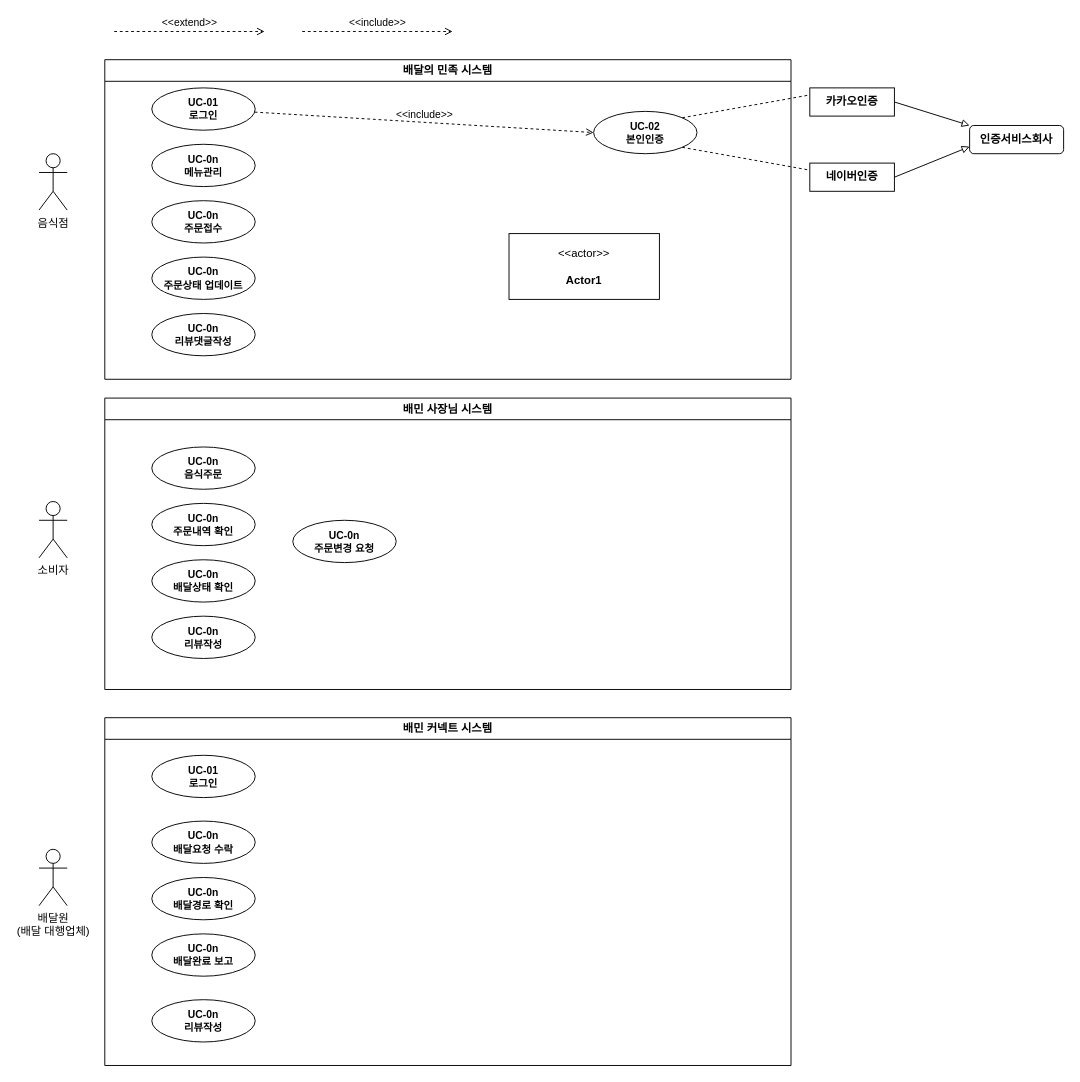
Before: 소웨공 기말.drawio in hyun10144/Lecture3-1, a draw.io diagram. Source tidied: cells renumbered, new cells numbered last; positions are measured from the earlier drawing's top-left corner, leaving out a move shared by most shapes. Both pictures are drawn from the tidied source at 94%, with x=0, y=0 at pixel (39, 31).
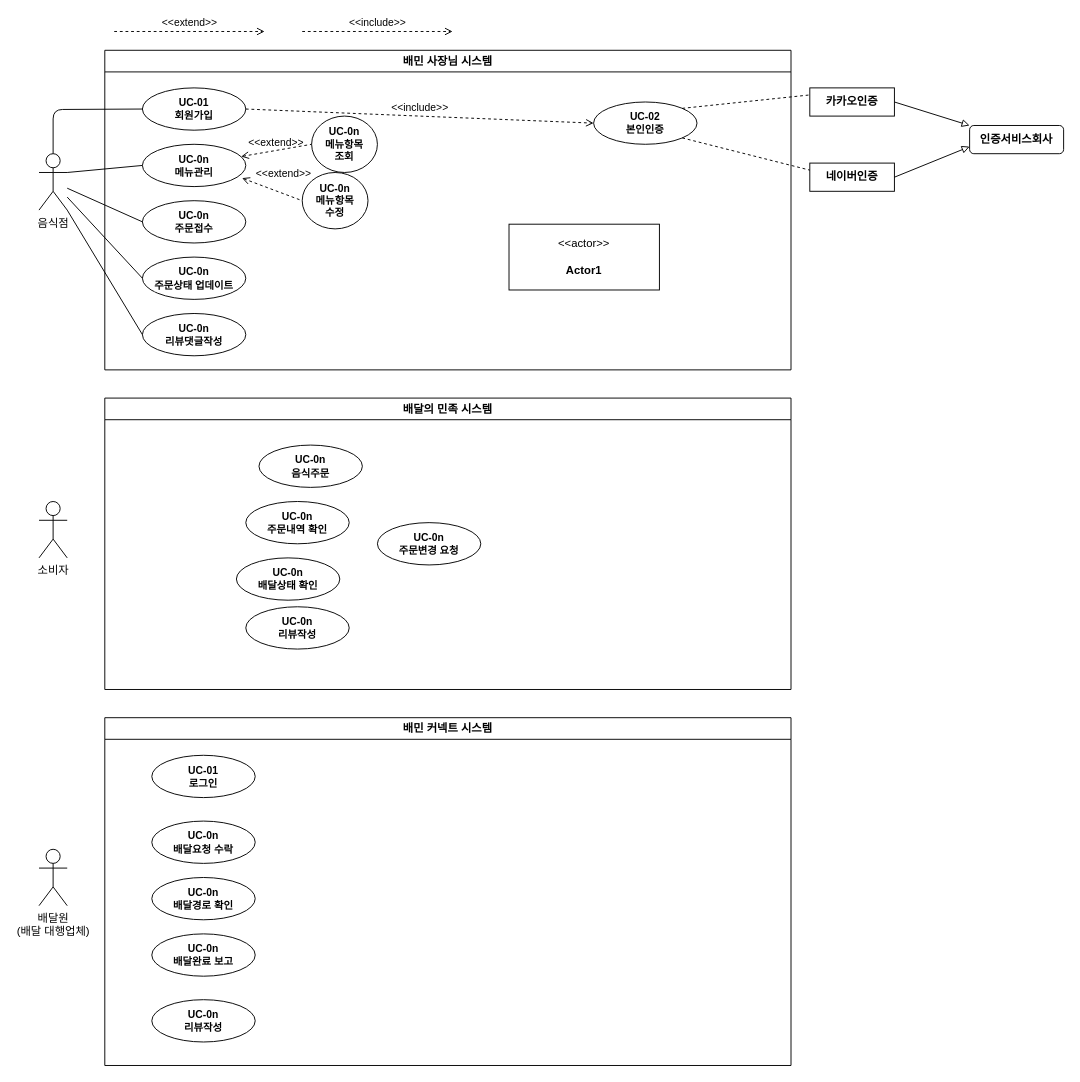
Above is the later version.

Commit message (it also covers changes not shown here):
소웨공 기말.drawio 업데이트

Unchanged cells that the change refers to:
```xml
<mxCell id="7" value="&lt;div&gt;&lt;b&gt;UC-02&lt;/b&gt;&lt;/div&gt;&lt;b&gt;본인인증&lt;/b&gt;" style="ellipse;whiteSpace=wrap;html=1;fontFamily=Helvetica;fontSize=11;fontColor=default;labelBackgroundColor=default;" parent="2" vertex="1">
  <mxGeometry x="520" y="55" width="110" height="45" as="geometry" />
</mxCell>
<mxCell id="18" value="음식점" style="shape=umlActor;verticalLabelPosition=bottom;verticalAlign=top;html=1;outlineConnect=0;" parent="1" vertex="1">
  <mxGeometry y="130" width="30" height="60" as="geometry" />
</mxCell>
```

What changed in the source:
```diff
@@
-    <mxCell id="2" value="배달의 민족 시스템" style="swimlane;whiteSpace=wrap;html=1;" parent="1" vertex="1">
-      <mxGeometry x="70" y="30" width="730" height="340" as="geometry" />
+    <mxCell id="2" value="배민 사장님 시스템" style="swimlane;whiteSpace=wrap;html=1;" parent="1" vertex="1">
+      <mxGeometry x="70" y="20" width="730" height="340" as="geometry" />
     </mxCell>
-    <mxCell id="3" value="&lt;div&gt;UC-01&lt;/div&gt;로그인" style="ellipse;whiteSpace=wrap;html=1;fontFamily=Helvetica;fontSize=11;fontColor=default;labelBackgroundColor=default;fontStyle=1;" parent="2" vertex="1">
-      <mxGeometry x="50" y="30" width="110" height="45" as="geometry" />
+    <mxCell id="3" value="&lt;div&gt;UC-01&lt;/div&gt;회원가입" style="ellipse;whiteSpace=wrap;html=1;fontFamily=Helvetica;fontSize=11;fontColor=default;labelBackgroundColor=default;fontStyle=1;" parent="2" vertex="1">
+      <mxGeometry x="40" y="40" width="110" height="45" as="geometry" />
     </mxCell>
     <mxCell id="4" value="&lt;div&gt;&lt;b&gt;UC-0n&lt;/b&gt;&lt;/div&gt;&lt;b&gt;메뉴관리&lt;/b&gt;" style="ellipse;whiteSpace=wrap;html=1;fontFamily=Helvetica;fontSize=11;fontColor=default;labelBackgroundColor=default;" parent="2" vertex="1">
-      <mxGeometry x="50" y="90" width="110" height="45" as="geometry" />
+      <mxGeometry x="40" y="100" width="110" height="45" as="geometry" />
     </mxCell>
     <mxCell id="5" value="&lt;div&gt;&lt;b&gt;UC-0n&lt;/b&gt;&lt;/div&gt;&lt;b&gt;주문접수&lt;/b&gt;" style="ellipse;whiteSpace=wrap;html=1;fontFamily=Helvetica;fontSize=11;fontColor=default;labelBackgroundColor=default;" parent="2" vertex="1">
-      <mxGeometry x="50" y="150" width="110" height="45" as="geometry" />
+      <mxGeometry x="40" y="160" width="110" height="45" as="geometry" />
     </mxCell>
     <mxCell id="6" value="&lt;div&gt;&lt;b&gt;UC-0n&lt;/b&gt;&lt;/div&gt;&lt;b&gt;주문상태 업데이트&lt;/b&gt;" style="ellipse;whiteSpace=wrap;html=1;fontFamily=Helvetica;fontSize=11;fontColor=default;labelBackgroundColor=default;" parent="2" vertex="1">
-      <mxGeometry x="50" y="210" width="110" height="45" as="geometry" />
+      <mxGeometry x="40" y="220" width="110" height="45" as="geometry" />
     </mxCell>
@@
     <mxCell id="8" value="&lt;div&gt;&lt;b&gt;UC-0n&lt;/b&gt;&lt;/div&gt;&lt;b&gt;리뷰댓글작성&lt;/b&gt;" style="ellipse;whiteSpace=wrap;html=1;fontFamily=Helvetica;fontSize=11;fontColor=default;labelBackgroundColor=default;" parent="2" vertex="1">
-      <mxGeometry x="50" y="270" width="110" height="45" as="geometry" />
+      <mxGeometry x="40" y="280" width="110" height="45" as="geometry" />
     </mxCell>
-    <mxCell id="9" value="&lt;div&gt;&lt;b&gt;UC-0n&lt;/b&gt;&lt;/div&gt;&lt;b&gt;음식주문&lt;/b&gt;" style="ellipse;whiteSpace=wrap;html=1;fontFamily=Helvetica;fontSize=11;fontColor=default;labelBackgroundColor=default;" parent="2" vertex="1">
-      <mxGeometry x="50" y="412" width="110" height="45" as="geometry" />
-    </mxCell>
-    <mxCell id="10" value="&lt;div&gt;&lt;b&gt;UC-0n&lt;/b&gt;&lt;/div&gt;&lt;b&gt;주문내역 확인&lt;/b&gt;" style="ellipse;whiteSpace=wrap;html=1;fontFamily=Helvetica;fontSize=11;fontColor=default;labelBackgroundColor=default;" parent="2" vertex="1">
-      <mxGeometry x="50" y="472" width="110" height="45" as="geometry" />
-    </mxCell>
-    <mxCell id="11" value="&lt;div&gt;&lt;b&gt;UC-0n&lt;/b&gt;&lt;/div&gt;&lt;b&gt;배달상태 확인&lt;/b&gt;" style="ellipse;whiteSpace=wrap;html=1;fontFamily=Helvetica;fontSize=11;fontColor=default;labelBackgroundColor=default;" parent="2" vertex="1">
-      <mxGeometry x="50" y="532" width="110" height="45" as="geometry" />
-    </mxCell>
-    <mxCell id="12" value="&lt;div&gt;&lt;b&gt;UC-0n&lt;/b&gt;&lt;/div&gt;&lt;b&gt;리뷰작성&lt;/b&gt;" style="ellipse;whiteSpace=wrap;html=1;fontFamily=Helvetica;fontSize=11;fontColor=default;labelBackgroundColor=default;" parent="2" vertex="1">
-      <mxGeometry x="50" y="592" width="110" height="45" as="geometry" />
-    </mxCell>
-    <mxCell id="13" value="&lt;div&gt;&lt;b&gt;UC-0n&lt;/b&gt;&lt;/div&gt;&lt;b&gt;주문변경 요청&lt;/b&gt;" style="ellipse;whiteSpace=wrap;html=1;fontFamily=Helvetica;fontSize=11;fontColor=default;labelBackgroundColor=default;" parent="2" vertex="1">
-      <mxGeometry x="200" y="490" width="110" height="45" as="geometry" />
-    </mxCell>
+    <mxCell id="15" value="&amp;lt;&amp;lt;actor&amp;gt;&amp;gt;&lt;br&gt;&lt;br&gt;&lt;b&gt;Actor1&lt;/b&gt;" style="html=1;align=center;verticalAlign=middle;dashed=0;whiteSpace=wrap;" parent="2" vertex="1">
+      <mxGeometry x="430" y="185" width="160" height="70" as="geometry" />
+    </mxCell>
-    <mxCell id="14" value="&amp;lt;&amp;lt;include&amp;gt;&amp;gt;" style="html=1;verticalAlign=bottom;labelBackgroundColor=none;endArrow=open;endFill=0;dashed=1;rounded=0;entryX=0;entryY=0.5;entryDx=0;entryDy=0;" parent="2" edge="1" source="3" target="7">
+    <mxCell id="14" value="&amp;lt;&amp;lt;include&amp;gt;&amp;gt;" style="html=1;verticalAlign=bottom;labelBackgroundColor=none;endArrow=open;endFill=0;dashed=1;rounded=0;entryX=0;entryY=0.5;entryDx=0;entryDy=0;exitX=1;exitY=0.5;exitDx=0;exitDy=0;" parent="2" edge="1" source="3" target="7">
       <mxGeometry relative="1" as="geometry" />
     </mxCell>
-    <mxCell id="15" value="&amp;lt;&amp;lt;actor&amp;gt;&amp;gt;&lt;br&gt;&lt;br&gt;&lt;b&gt;Actor1&lt;/b&gt;" style="html=1;align=center;verticalAlign=middle;dashed=0;whiteSpace=wrap;" parent="2" vertex="1">
-      <mxGeometry x="430" y="185" width="160" height="70" as="geometry" />
-    </mxCell>
+    <mxCell id="35" value="&lt;div&gt;&lt;b&gt;UC-0n&lt;/b&gt;&lt;/div&gt;&lt;b&gt;메뉴항목&lt;/b&gt;&lt;div&gt;&lt;b&gt;조회&lt;/b&gt;&lt;/div&gt;" style="ellipse;whiteSpace=wrap;html=1;fontFamily=Helvetica;fontSize=11;fontColor=default;labelBackgroundColor=default;" parent="2" vertex="1">
+      <mxGeometry x="220" y="70" width="70" height="60" as="geometry" />
+    </mxCell>
+    <mxCell id="36" value="&amp;lt;&amp;lt;extend&amp;gt;&amp;gt;" style="html=1;verticalAlign=bottom;labelBackgroundColor=none;endArrow=none;endFill=0;dashed=1;rounded=0;entryX=0;entryY=0.5;entryDx=0;entryDy=0;startArrow=open;startFill=0;exitX=0.955;exitY=0.289;exitDx=0;exitDy=0;exitPerimeter=0;" parent="2" edge="1" source="4" target="35">
+      <mxGeometry relative="1" as="geometry" />
+    </mxCell>
+    <mxCell id="37" value="&lt;div&gt;&lt;b&gt;UC-0n&lt;/b&gt;&lt;/div&gt;&lt;b&gt;메뉴항목&lt;/b&gt;&lt;div&gt;&lt;b&gt;수정&lt;/b&gt;&lt;/div&gt;" style="ellipse;whiteSpace=wrap;html=1;fontFamily=Helvetica;fontSize=11;fontColor=default;labelBackgroundColor=default;" parent="2" vertex="1">
+      <mxGeometry x="210" y="130" width="70" height="60" as="geometry" />
+    </mxCell>
+    <mxCell id="38" value="&amp;lt;&amp;lt;extend&amp;gt;&amp;gt;" style="html=1;verticalAlign=bottom;labelBackgroundColor=none;endArrow=none;endFill=0;dashed=1;rounded=0;entryX=0;entryY=0.5;entryDx=0;entryDy=0;startArrow=open;startFill=0;exitX=0.964;exitY=0.8;exitDx=0;exitDy=0;exitPerimeter=0;" parent="2" edge="1" source="4" target="37">
+      <mxGeometry x="0.25" y="12" relative="1" as="geometry">
+        <mxPoint x="-1" as="offset" />
+      </mxGeometry>
+    </mxCell>
@@
-    <mxCell id="34" value="배민 사장님 시스템" style="swimlane;whiteSpace=wrap;html=1;" parent="1" vertex="1">
+    <mxCell id="34" value="배달의 민족 시스템" style="swimlane;whiteSpace=wrap;html=1;" parent="1" vertex="1">
       <mxGeometry x="70" y="390" width="730" height="310" as="geometry" />
     </mxCell>
+    <mxCell id="9" value="&lt;div&gt;&lt;b&gt;UC-0n&lt;/b&gt;&lt;/div&gt;&lt;b&gt;음식주문&lt;/b&gt;" style="ellipse;whiteSpace=wrap;html=1;fontFamily=Helvetica;fontSize=11;fontColor=default;labelBackgroundColor=default;" parent="34" vertex="1">
+      <mxGeometry x="164" y="50" width="110" height="45" as="geometry" />
+    </mxCell>
+    <mxCell id="10" value="&lt;div&gt;&lt;b&gt;UC-0n&lt;/b&gt;&lt;/div&gt;&lt;b&gt;주문내역 확인&lt;/b&gt;" style="ellipse;whiteSpace=wrap;html=1;fontFamily=Helvetica;fontSize=11;fontColor=default;labelBackgroundColor=default;" parent="34" vertex="1">
+      <mxGeometry x="150" y="110" width="110" height="45" as="geometry" />
+    </mxCell>
+    <mxCell id="11" value="&lt;div&gt;&lt;b&gt;UC-0n&lt;/b&gt;&lt;/div&gt;&lt;b&gt;배달상태 확인&lt;/b&gt;" style="ellipse;whiteSpace=wrap;html=1;fontFamily=Helvetica;fontSize=11;fontColor=default;labelBackgroundColor=default;" parent="34" vertex="1">
+      <mxGeometry x="140" y="170" width="110" height="45" as="geometry" />
+    </mxCell>
+    <mxCell id="13" value="&lt;div&gt;&lt;b&gt;UC-0n&lt;/b&gt;&lt;/div&gt;&lt;b&gt;주문변경 요청&lt;/b&gt;" style="ellipse;whiteSpace=wrap;html=1;fontFamily=Helvetica;fontSize=11;fontColor=default;labelBackgroundColor=default;" parent="34" vertex="1">
+      <mxGeometry x="290" y="132.5" width="110" height="45" as="geometry" />
+    </mxCell>
+    <mxCell id="12" value="&lt;div&gt;&lt;b&gt;UC-0n&lt;/b&gt;&lt;/div&gt;&lt;b&gt;리뷰작성&lt;/b&gt;" style="ellipse;whiteSpace=wrap;html=1;fontFamily=Helvetica;fontSize=11;fontColor=default;labelBackgroundColor=default;" parent="34" vertex="1">
+      <mxGeometry x="150" y="222" width="110" height="45" as="geometry" />
+    </mxCell>
+    <mxCell id="39" style="endArrow=none;html=1;rounded=0;exitX=1;exitY=1;exitDx=0;exitDy=0;entryX=0;entryY=0.5;entryDx=0;entryDy=0;exitPerimeter=0;endFill=0;" parent="1" edge="1" source="18" target="8">
+      <mxGeometry relative="1" as="geometry" />
+    </mxCell>
+    <mxCell id="40" style="endArrow=none;html=1;rounded=0;entryX=0;entryY=0.5;entryDx=0;entryDy=0;endFill=0;" parent="1" edge="1" source="18" target="6">
+      <mxGeometry relative="1" as="geometry" />
+    </mxCell>
+    <mxCell id="41" style="endArrow=none;html=1;rounded=0;entryX=0;entryY=0.5;entryDx=0;entryDy=0;endFill=0;" parent="1" edge="1" source="18" target="5">
+      <mxGeometry relative="1" as="geometry" />
+    </mxCell>
+    <mxCell id="42" style="endArrow=none;html=1;rounded=0;exitX=1;exitY=0.3333333333333333;exitDx=0;exitDy=0;entryX=0;entryY=0.5;entryDx=0;entryDy=0;exitPerimeter=0;endFill=0;" parent="1" edge="1" source="18" target="4">
+      <mxGeometry relative="1" as="geometry" />
+    </mxCell>
+    <mxCell id="43" style="endArrow=none;html=1;rounded=1;exitX=0.5;exitY=0;exitDx=0;exitDy=0;entryX=0;entryY=0.5;entryDx=0;entryDy=0;exitPerimeter=0;curved=0;endFill=0;" parent="1" edge="1" source="18" target="3">
+      <mxGeometry relative="1" as="geometry">
+        <Array as="points">
+          <mxPoint x="15" y="83" />
+        </Array>
+      </mxGeometry>
+    </mxCell>
```
